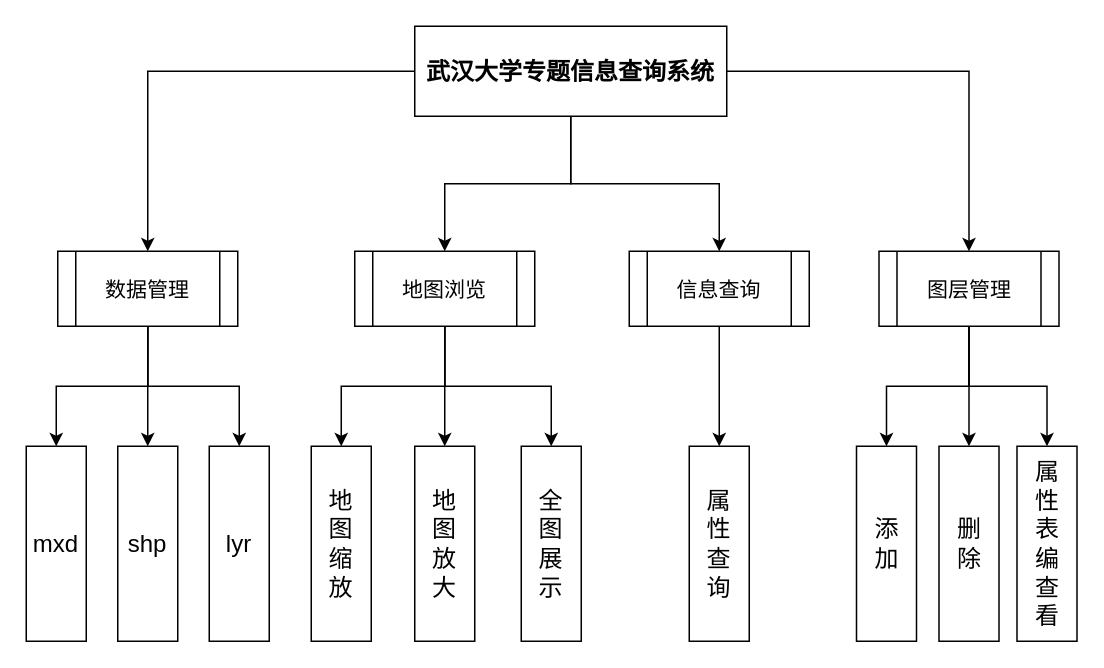
This is Tian 功能.drawio from Civitasv/process, a draw.io file, before an edit. Source tidied: cells renumbered, new cells numbered last; positions are measured from the earlier drawing's top-left corner, leaving out a move shared by most shapes. Both pictures are drawn from the tidied source at 150%, with x=0, y=0 at pixel (26, 26).
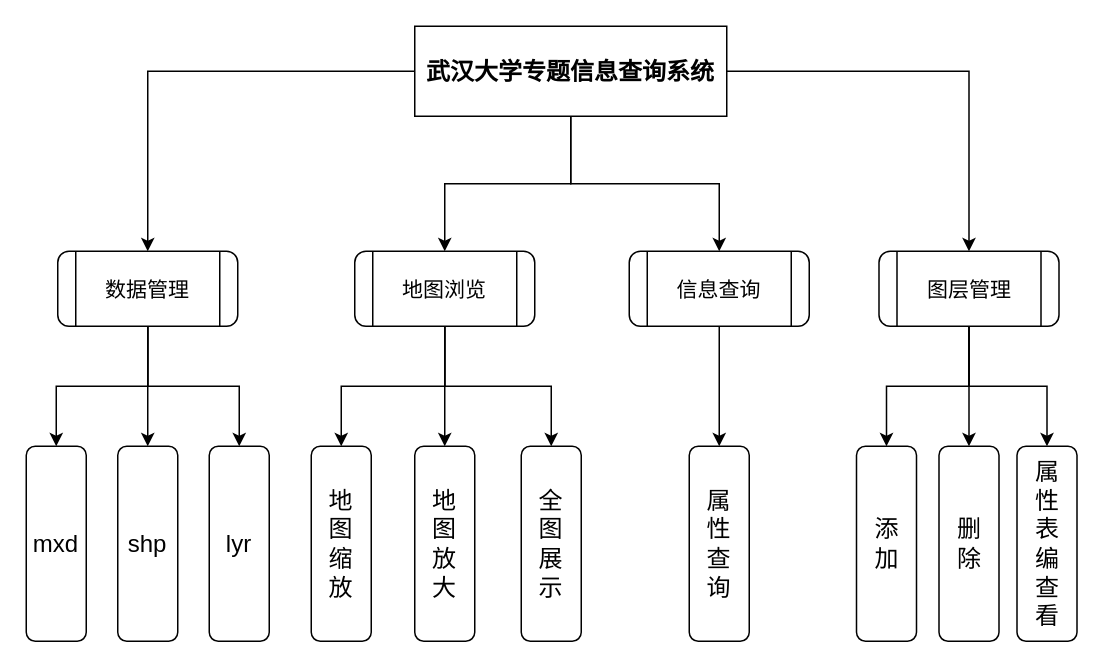
The same diagram, later.

The edit, as a diff of the source:
```diff
@@
-    <mxCell id="10" value="&lt;span style=&quot;font-weight: normal&quot;&gt;&lt;font style=&quot;font-size: 14px&quot;&gt;数据管理&lt;/font&gt;&lt;/span&gt;" style="shape=process;whiteSpace=wrap;html=1;backgroundOutline=1;rounded=0;fontSize=16;fontStyle=1;flipH=1;" parent="1" vertex="1">
+    <mxCell id="10" value="&lt;span style=&quot;font-weight: normal&quot;&gt;&lt;font style=&quot;font-size: 14px&quot;&gt;数据管理&lt;/font&gt;&lt;/span&gt;" style="shape=process;whiteSpace=wrap;html=1;backgroundOutline=1;rounded=1;fontSize=16;flipH=1;" parent="1" vertex="1">
       <mxGeometry x="21" y="150" width="120" height="50" as="geometry" />
     </mxCell>
@@
-    <mxCell id="14" value="&lt;span style=&quot;font-weight: normal&quot;&gt;&lt;font style=&quot;font-size: 14px&quot;&gt;地图浏览&lt;/font&gt;&lt;/span&gt;" style="shape=process;whiteSpace=wrap;html=1;backgroundOutline=1;rounded=0;fontSize=16;fontStyle=1;flipH=1;" parent="1" vertex="1">
+    <mxCell id="14" value="&lt;span style=&quot;font-weight: normal&quot;&gt;&lt;font style=&quot;font-size: 14px&quot;&gt;地图浏览&lt;/font&gt;&lt;/span&gt;" style="shape=process;whiteSpace=wrap;html=1;backgroundOutline=1;rounded=1;fontSize=16;flipH=1;" parent="1" vertex="1">
       <mxGeometry x="219" y="150" width="120" height="50" as="geometry" />
     </mxCell>
@@
-    <mxCell id="16" value="&lt;span style=&quot;font-weight: normal&quot;&gt;&lt;font style=&quot;font-size: 14px&quot;&gt;信息查询&lt;/font&gt;&lt;/span&gt;" style="shape=process;whiteSpace=wrap;html=1;backgroundOutline=1;rounded=0;fontSize=16;fontStyle=1;flipH=1;" parent="1" vertex="1">
+    <mxCell id="16" value="&lt;span style=&quot;font-weight: normal&quot;&gt;&lt;font style=&quot;font-size: 14px&quot;&gt;信息查询&lt;/font&gt;&lt;/span&gt;" style="shape=process;whiteSpace=wrap;html=1;backgroundOutline=1;rounded=1;fontSize=16;flipH=1;" parent="1" vertex="1">
       <mxGeometry x="402" y="150" width="120" height="50" as="geometry" />
     </mxCell>
@@
-    <mxCell id="20" value="&lt;span style=&quot;font-weight: normal&quot;&gt;&lt;font style=&quot;font-size: 14px&quot;&gt;图层管理&lt;/font&gt;&lt;/span&gt;" style="shape=process;whiteSpace=wrap;html=1;backgroundOutline=1;rounded=0;fontSize=16;fontStyle=1;flipH=1;" parent="1" vertex="1">
+    <mxCell id="20" value="&lt;span style=&quot;font-weight: normal&quot;&gt;&lt;font style=&quot;font-size: 14px&quot;&gt;图层管理&lt;/font&gt;&lt;/span&gt;" style="shape=process;whiteSpace=wrap;html=1;backgroundOutline=1;rounded=1;fontSize=16;flipH=1;" parent="1" vertex="1">
       <mxGeometry x="568.5" y="150" width="120" height="50" as="geometry" />
     </mxCell>
-    <mxCell id="21" value="mxd" style="rounded=0;whiteSpace=wrap;html=1;fontSize=16;" parent="1" vertex="1">
+    <mxCell id="21" value="mxd" style="rounded=1;whiteSpace=wrap;html=1;fontSize=16;" parent="1" vertex="1">
       <mxGeometry y="280" width="40" height="130" as="geometry" />
     </mxCell>
-    <mxCell id="22" value="shp" style="rounded=0;whiteSpace=wrap;html=1;fontSize=16;" parent="1" vertex="1">
+    <mxCell id="22" value="shp" style="rounded=1;whiteSpace=wrap;html=1;fontSize=16;" parent="1" vertex="1">
       <mxGeometry x="61" y="280" width="40" height="130" as="geometry" />
     </mxCell>
-    <mxCell id="23" value="lyr" style="rounded=0;whiteSpace=wrap;html=1;fontSize=16;" parent="1" vertex="1">
+    <mxCell id="23" value="lyr" style="rounded=1;whiteSpace=wrap;html=1;fontSize=16;" parent="1" vertex="1">
       <mxGeometry x="122" y="280" width="40" height="130" as="geometry" />
     </mxCell>
-    <mxCell id="24" value="地&lt;br&gt;图&lt;br&gt;缩&lt;br&gt;放" style="rounded=0;whiteSpace=wrap;html=1;fontSize=16;" parent="1" vertex="1">
+    <mxCell id="24" value="地&lt;br&gt;图&lt;br&gt;缩&lt;br&gt;放" style="rounded=1;whiteSpace=wrap;html=1;fontSize=16;" parent="1" vertex="1">
       <mxGeometry x="190" y="280" width="40" height="130" as="geometry" />
     </mxCell>
-    <mxCell id="25" value="地&lt;br&gt;图&lt;br&gt;放&lt;br&gt;大" style="rounded=0;whiteSpace=wrap;html=1;fontSize=16;" parent="1" vertex="1">
+    <mxCell id="25" value="地&lt;br&gt;图&lt;br&gt;放&lt;br&gt;大" style="rounded=1;whiteSpace=wrap;html=1;fontSize=16;" parent="1" vertex="1">
       <mxGeometry x="259" y="280" width="40" height="130" as="geometry" />
     </mxCell>
-    <mxCell id="26" value="全&lt;br&gt;图&lt;br&gt;展&lt;br&gt;示" style="rounded=0;whiteSpace=wrap;html=1;fontSize=16;" parent="1" vertex="1">
+    <mxCell id="26" value="全&lt;br&gt;图&lt;br&gt;展&lt;br&gt;示" style="rounded=1;whiteSpace=wrap;html=1;fontSize=16;" parent="1" vertex="1">
       <mxGeometry x="330" y="280" width="40" height="130" as="geometry" />
     </mxCell>
-    <mxCell id="27" value="属&lt;br&gt;性&lt;br&gt;查&lt;br&gt;询" style="rounded=0;whiteSpace=wrap;html=1;fontSize=16;" parent="1" vertex="1">
+    <mxCell id="27" value="属&lt;br&gt;性&lt;br&gt;查&lt;br&gt;询" style="rounded=1;whiteSpace=wrap;html=1;fontSize=16;" parent="1" vertex="1">
       <mxGeometry x="442" y="280" width="40" height="130" as="geometry" />
     </mxCell>
-    <mxCell id="28" value="添&lt;br&gt;加" style="rounded=0;whiteSpace=wrap;html=1;fontSize=16;" parent="1" vertex="1">
+    <mxCell id="28" value="添&lt;br&gt;加" style="rounded=1;whiteSpace=wrap;html=1;fontSize=16;" parent="1" vertex="1">
       <mxGeometry x="553.5" y="280" width="40" height="130" as="geometry" />
     </mxCell>
-    <mxCell id="29" value="删&lt;br&gt;除" style="rounded=0;whiteSpace=wrap;html=1;fontSize=16;" parent="1" vertex="1">
+    <mxCell id="29" value="删&lt;br&gt;除" style="rounded=1;whiteSpace=wrap;html=1;fontSize=16;" parent="1" vertex="1">
       <mxGeometry x="608.5" y="280" width="40" height="130" as="geometry" />
     </mxCell>
-    <mxCell id="30" value="属&lt;br&gt;性&lt;br&gt;表&lt;br&gt;编&lt;br&gt;查&lt;br&gt;看" style="rounded=0;whiteSpace=wrap;html=1;fontSize=16;" parent="1" vertex="1">
+    <mxCell id="30" value="属&lt;br&gt;性&lt;br&gt;表&lt;br&gt;编&lt;br&gt;查&lt;br&gt;看" style="rounded=1;whiteSpace=wrap;html=1;fontSize=16;" parent="1" vertex="1">
       <mxGeometry x="660.5" y="280" width="40" height="130" as="geometry" />
     </mxCell>
```
